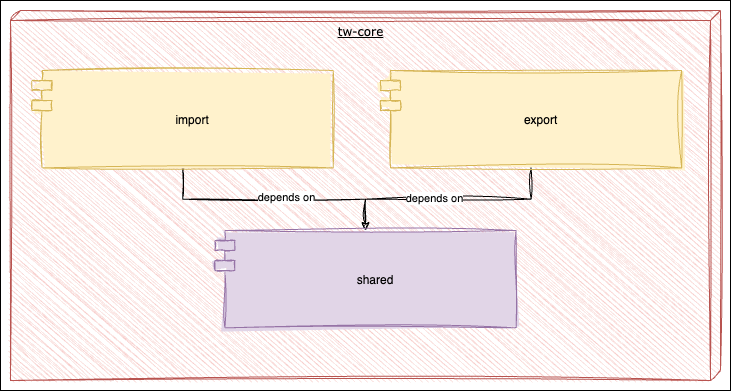
Earlier version of the draw.io export docs/assets/static-level-2.drawio.png (tinohertlein/timesheet-wizard). Source tidied: cells renumbered, new cells last; positions are measured from the earlier drawing's top-left corner, leaving out a move shared by most shapes.
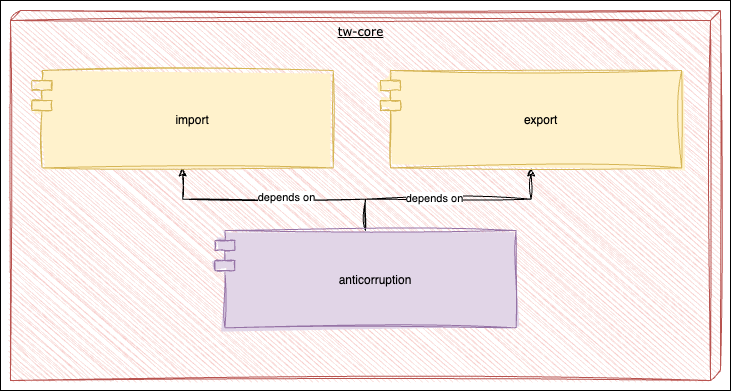
The same file after the commit.

The edit, as a diff of the source:
```diff
@@ -11,7 +11,7 @@
     <mxCell id="4" value="tw-core" style="verticalAlign=top;align=center;spacingTop=8;spacingLeft=2;spacingRight=12;shape=cube;size=10;direction=south;fontStyle=4;html=1;rounded=0;shadow=0;comic=0;labelBackgroundColor=none;strokeWidth=1;fontFamily=Verdana;fontSize=12;sketch=1;curveFitting=1;jiggle=2;fillColor=#f8cecc;strokeColor=#b85450;fillStyle=auto;" parent="3" vertex="1">
       <mxGeometry width="710" height="370" as="geometry" />
     </mxCell>
-    <mxCell id="5" style="edgeStyle=orthogonalEdgeStyle;rounded=0;jettySize=auto;html=1;sketch=1;curveFitting=1;jiggle=2;" parent="3" edge="1" source="7" target="11">
+    <mxCell id="5" style="edgeStyle=orthogonalEdgeStyle;rounded=0;jettySize=auto;html=1;sketch=1;curveFitting=1;jiggle=2;startArrow=classic;startFill=1;endArrow=none;endFill=0;" parent="3" edge="1" source="7" target="11">
       <mxGeometry relative="1" as="geometry" />
     </mxCell>
     <mxCell id="6" value="depends on" style="edgeLabel;html=1;align=center;verticalAlign=middle;" parent="5" vertex="1">
@@ -20,7 +20,7 @@
     <mxCell id="7" value="import" style="shape=module;align=left;spacingLeft=20;align=center;verticalAlign=middle;sketch=1;curveFitting=1;jiggle=2;fillColor=#fff2cc;strokeColor=#d6b656;fillStyle=solid;" parent="3" vertex="1">
       <mxGeometry x="21.5" y="60" width="301.2" height="97.4" as="geometry" />
     </mxCell>
-    <mxCell id="8" style="edgeStyle=orthogonalEdgeStyle;rounded=0;jettySize=auto;html=1;sketch=1;curveFitting=1;jiggle=2;" parent="3" edge="1" source="10" target="11">
+    <mxCell id="8" style="edgeStyle=orthogonalEdgeStyle;rounded=0;jettySize=auto;html=1;sketch=1;curveFitting=1;jiggle=2;endArrow=none;endFill=0;startArrow=classic;startFill=1;" parent="3" edge="1" source="10" target="11">
       <mxGeometry relative="1" as="geometry" />
     </mxCell>
     <mxCell id="9" value="depends on" style="edgeLabel;html=1;align=center;verticalAlign=middle;" parent="8" vertex="1">
@@ -29,7 +29,7 @@
     <mxCell id="10" value="export" style="shape=module;align=left;spacingLeft=20;align=center;verticalAlign=middle;sketch=1;curveFitting=1;jiggle=2;fillColor=#fff2cc;strokeColor=#d6b656;fillStyle=solid;" parent="3" vertex="1">
       <mxGeometry x="370" y="60" width="301.2" height="97.4" as="geometry" />
     </mxCell>
-    <mxCell id="11" value="shared" style="shape=module;align=left;spacingLeft=20;align=center;verticalAlign=middle;sketch=1;curveFitting=1;jiggle=2;fillColor=#e1d5e7;strokeColor=#9673a6;fillStyle=solid;" parent="3" vertex="1">
+    <mxCell id="11" value="anticorruption" style="shape=module;align=left;spacingLeft=20;align=center;verticalAlign=middle;sketch=1;curveFitting=1;jiggle=2;fillColor=#e1d5e7;strokeColor=#9673a6;fillStyle=solid;" parent="3" vertex="1">
       <mxGeometry x="204.4" y="220" width="301.2" height="97.4" as="geometry" />
     </mxCell>
   </root>
```
